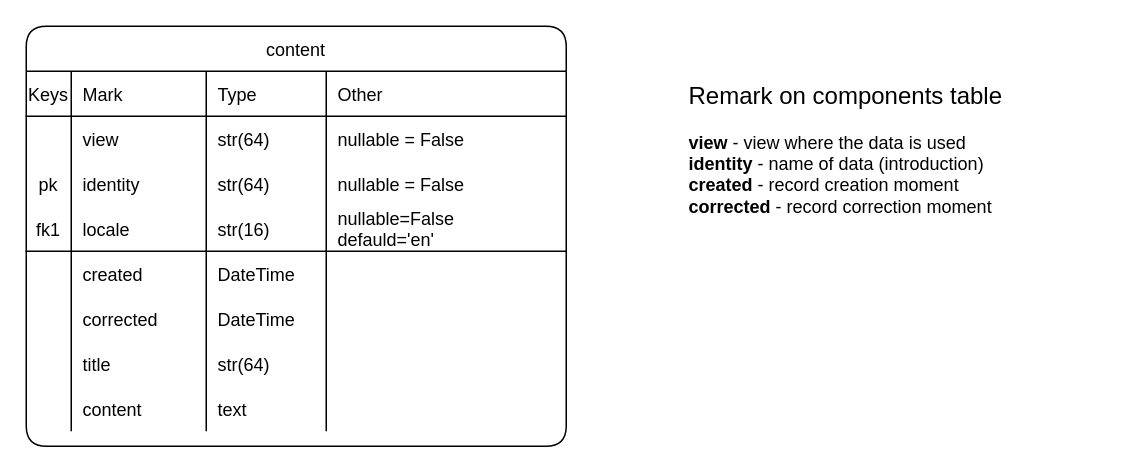
This is page "contents table" (4 of 10) of market-coffee.drawio from Sergey190309/220415-market-caffee, a draw.io file, before an edit. Source tidied: cells renumbered, new cells numbered last; positions are measured from the earlier drawing's top-left corner, leaving out a move shared by most shapes. Both pictures are drawn from the tidied source at 150%, with x=0, y=0 at pixel (26, 26).
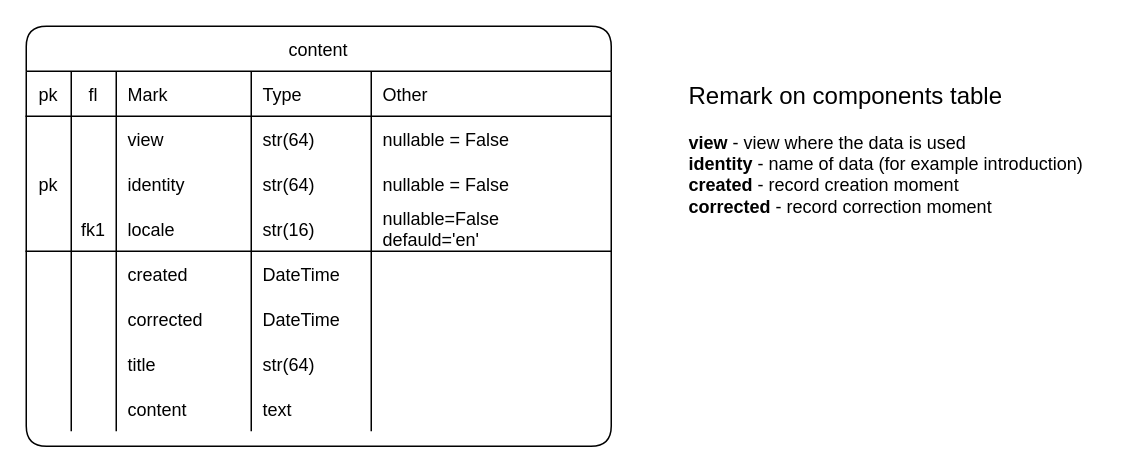
The same page after the edit.

Diff of the diagram source:
```diff
@@
     <mxCell id="2" value="content" style="shape=table;startSize=30;childLayout=tableLayout;rowLines=0;fontStyle=0;align=center;shadow=0;labelBackgroundColor=none;strokeWidth=1;fontColor=#000000;rounded=1;" parent="1" vertex="1">
-      <mxGeometry width="360" height="280" as="geometry" />
+      <mxGeometry width="390" height="280" as="geometry" />
     </mxCell>
     <mxCell id="3" style="shape=partialRectangle;fillColor=none;top=0;left=0;bottom=1;right=0;fontStyle=5;rounded=1;" parent="2" vertex="1">
-      <mxGeometry y="30" width="360" height="30" as="geometry" />
+      <mxGeometry y="30" width="390" height="30" as="geometry" />
     </mxCell>
+    <mxCell id="44" value="pk" style="shape=partialRectangle;fillColor=none;top=0;left=0;bottom=0;right=0;fontStyle=0;overflow=hidden;rounded=1;" parent="3" vertex="1">
+      <mxGeometry width="30" height="30" as="geometry" />
+    </mxCell>
-    <mxCell id="4" value="Keys" style="shape=partialRectangle;fillColor=none;top=0;left=0;bottom=0;right=0;fontStyle=0;overflow=hidden;rounded=1;" parent="3" vertex="1">
-      <mxGeometry width="30" height="30" as="geometry" />
+    <mxCell id="4" value="fl" style="shape=partialRectangle;fillColor=none;top=0;left=0;bottom=0;right=0;fontStyle=0;overflow=hidden;rounded=1;" parent="3" vertex="1">
+      <mxGeometry x="30" width="30" height="30" as="geometry" />
     </mxCell>
     <mxCell id="5" value="Mark" style="shape=partialRectangle;fillColor=none;top=0;left=0;bottom=0;right=0;align=left;spacingLeft=6;fontStyle=0;overflow=hidden;rounded=1;" parent="3" vertex="1">
-      <mxGeometry x="30" width="90" height="30" as="geometry" />
+      <mxGeometry x="60" width="90" height="30" as="geometry" />
     </mxCell>
     <mxCell id="6" value="Type" style="shape=partialRectangle;fillColor=none;top=0;left=0;bottom=0;right=0;align=left;spacingLeft=6;fontStyle=0;overflow=hidden;rounded=1;" parent="3" vertex="1">
-      <mxGeometry x="120" width="80" height="30" as="geometry" />
+      <mxGeometry x="150" width="80" height="30" as="geometry" />
     </mxCell>
     <mxCell id="7" value="Other" style="shape=partialRectangle;fillColor=none;top=0;left=0;bottom=0;right=0;align=left;spacingLeft=6;fontStyle=0;overflow=hidden;rounded=1;" parent="3" vertex="1">
-      <mxGeometry x="200" width="160" height="30" as="geometry" />
+      <mxGeometry x="230" width="160" height="30" as="geometry" />
     </mxCell>
     <mxCell id="8" style="shape=partialRectangle;fillColor=none;top=0;left=0;bottom=0;right=0;fontStyle=5;rounded=1;" parent="2" vertex="1">
-      <mxGeometry y="60" width="360" height="30" as="geometry" />
+      <mxGeometry y="60" width="390" height="30" as="geometry" />
     </mxCell>
+    <mxCell id="45" style="shape=partialRectangle;fillColor=none;top=0;left=0;bottom=0;right=0;fontStyle=0;overflow=hidden;rounded=1;" parent="8" vertex="1">
+      <mxGeometry width="30" height="30" as="geometry" />
+    </mxCell>
     <mxCell id="9" style="shape=partialRectangle;fillColor=none;top=0;left=0;bottom=0;right=0;fontStyle=0;overflow=hidden;rounded=1;" parent="8" vertex="1">
-      <mxGeometry width="30" height="30" as="geometry" />
+      <mxGeometry x="30" width="30" height="30" as="geometry" />
     </mxCell>
     <mxCell id="10" value="view" style="shape=partialRectangle;fillColor=none;top=0;left=0;bottom=0;right=0;align=left;spacingLeft=6;fontStyle=0;overflow=hidden;rounded=1;" parent="8" vertex="1">
-      <mxGeometry x="30" width="90" height="30" as="geometry" />
+      <mxGeometry x="60" width="90" height="30" as="geometry" />
     </mxCell>
     <mxCell id="11" value="str(64)" style="shape=partialRectangle;fillColor=none;top=0;left=0;bottom=0;right=0;align=left;spacingLeft=6;fontStyle=0;overflow=hidden;rounded=1;" parent="8" vertex="1">
-      <mxGeometry x="120" width="80" height="30" as="geometry" />
+      <mxGeometry x="150" width="80" height="30" as="geometry" />
     </mxCell>
     <mxCell id="12" value="nullable = False" style="shape=partialRectangle;fillColor=none;top=0;left=0;bottom=0;right=0;align=left;spacingLeft=6;fontStyle=0;overflow=hidden;rounded=1;" parent="8" vertex="1">
-      <mxGeometry x="200" width="160" height="30" as="geometry" />
+      <mxGeometry x="230" width="160" height="30" as="geometry" />
     </mxCell>
     <mxCell id="13" style="shape=partialRectangle;fillColor=none;top=0;left=0;bottom=0;right=0;fontStyle=5;rounded=1;" parent="2" vertex="1">
-      <mxGeometry y="90" width="360" height="30" as="geometry" />
+      <mxGeometry y="90" width="390" height="30" as="geometry" />
     </mxCell>
+    <mxCell id="46" value="pk" style="shape=partialRectangle;fillColor=none;top=0;left=0;bottom=0;right=0;fontStyle=0;overflow=hidden;rounded=1;" parent="13" vertex="1">
+      <mxGeometry width="30" height="30" as="geometry" />
+    </mxCell>
-    <mxCell id="14" value="pk" style="shape=partialRectangle;fillColor=none;top=0;left=0;bottom=0;right=0;fontStyle=0;overflow=hidden;rounded=1;" parent="13" vertex="1">
-      <mxGeometry width="30" height="30" as="geometry" />
+    <mxCell id="14" style="shape=partialRectangle;fillColor=none;top=0;left=0;bottom=0;right=0;fontStyle=0;overflow=hidden;rounded=1;" parent="13" vertex="1">
+      <mxGeometry x="30" width="30" height="30" as="geometry" />
     </mxCell>
     <mxCell id="15" value="identity" style="shape=partialRectangle;fillColor=none;top=0;left=0;bottom=0;right=0;align=left;spacingLeft=6;fontStyle=0;overflow=hidden;rounded=1;" parent="13" vertex="1">
-      <mxGeometry x="30" width="90" height="30" as="geometry" />
+      <mxGeometry x="60" width="90" height="30" as="geometry" />
     </mxCell>
     <mxCell id="16" value="str(64)" style="shape=partialRectangle;fillColor=none;top=0;left=0;bottom=0;right=0;align=left;spacingLeft=6;fontStyle=0;overflow=hidden;rounded=1;" parent="13" vertex="1">
-      <mxGeometry x="120" width="80" height="30" as="geometry" />
+      <mxGeometry x="150" width="80" height="30" as="geometry" />
     </mxCell>
     <mxCell id="17" value="nullable = False" style="shape=partialRectangle;fillColor=none;top=0;left=0;bottom=0;right=0;align=left;spacingLeft=6;fontStyle=0;overflow=hidden;rounded=1;" parent="13" vertex="1">
-      <mxGeometry x="200" width="160" height="30" as="geometry" />
+      <mxGeometry x="230" width="160" height="30" as="geometry" />
     </mxCell>
     <mxCell id="18" style="shape=partialRectangle;fillColor=none;top=0;left=0;bottom=1;right=0;fontStyle=5;rounded=1;" parent="2" vertex="1">
-      <mxGeometry y="120" width="360" height="30" as="geometry" />
+      <mxGeometry y="120" width="390" height="30" as="geometry" />
     </mxCell>
+    <mxCell id="47" style="shape=partialRectangle;fillColor=none;top=0;left=0;bottom=0;right=0;fontStyle=0;overflow=hidden;rounded=1;" parent="18" vertex="1">
+      <mxGeometry width="30" height="30" as="geometry" />
+    </mxCell>
     <mxCell id="19" value="fk1" style="shape=partialRectangle;fillColor=none;top=0;left=0;bottom=0;right=0;fontStyle=0;overflow=hidden;rounded=1;" parent="18" vertex="1">
-      <mxGeometry width="30" height="30" as="geometry" />
+      <mxGeometry x="30" width="30" height="30" as="geometry" />
     </mxCell>
     <mxCell id="20" value="locale" style="shape=partialRectangle;fillColor=none;top=0;left=0;bottom=0;right=0;align=left;spacingLeft=6;fontStyle=0;overflow=hidden;rounded=1;" parent="18" vertex="1">
-      <mxGeometry x="30" width="90" height="30" as="geometry" />
+      <mxGeometry x="60" width="90" height="30" as="geometry" />
     </mxCell>
     <mxCell id="21" value="str(16)" style="shape=partialRectangle;fillColor=none;top=0;left=0;bottom=0;right=0;align=left;spacingLeft=6;fontStyle=0;overflow=hidden;rounded=1;" parent="18" vertex="1">
-      <mxGeometry x="120" width="80" height="30" as="geometry" />
+      <mxGeometry x="150" width="80" height="30" as="geometry" />
     </mxCell>
     <mxCell id="22" value="nullable=False&#10;defauld='en'" style="shape=partialRectangle;fillColor=none;top=0;left=0;bottom=0;right=0;align=left;spacingLeft=6;fontStyle=0;overflow=hidden;rounded=1;" parent="18" vertex="1">
-      <mxGeometry x="200" width="160" height="30" as="geometry" />
+      <mxGeometry x="230" width="160" height="30" as="geometry" />
     </mxCell>
     <mxCell id="23" style="shape=partialRectangle;fillColor=none;top=0;left=0;bottom=0;right=0;rounded=1;" parent="2" vertex="1">
-      <mxGeometry y="150" width="360" height="30" as="geometry" />
+      <mxGeometry y="150" width="390" height="30" as="geometry" />
     </mxCell>
+    <mxCell id="48" style="shape=partialRectangle;fillColor=none;top=0;left=0;bottom=0;right=0;overflow=hidden;rounded=1;" parent="23" vertex="1">
+      <mxGeometry width="30" height="30" as="geometry" />
+    </mxCell>
     <mxCell id="24" style="shape=partialRectangle;fillColor=none;top=0;left=0;bottom=0;right=0;overflow=hidden;rounded=1;" parent="23" vertex="1">
-      <mxGeometry width="30" height="30" as="geometry" />
+      <mxGeometry x="30" width="30" height="30" as="geometry" />
     </mxCell>
     <mxCell id="25" value="created" style="shape=partialRectangle;fillColor=none;top=0;left=0;bottom=0;right=0;align=left;spacingLeft=6;overflow=hidden;rounded=1;" parent="23" vertex="1">
-      <mxGeometry x="30" width="90" height="30" as="geometry" />
+      <mxGeometry x="60" width="90" height="30" as="geometry" />
     </mxCell>
     <mxCell id="26" value="DateTime" style="shape=partialRectangle;fillColor=none;top=0;left=0;bottom=0;right=0;align=left;spacingLeft=6;overflow=hidden;rounded=1;" parent="23" vertex="1">
-      <mxGeometry x="120" width="80" height="30" as="geometry" />
+      <mxGeometry x="150" width="80" height="30" as="geometry" />
     </mxCell>
     <mxCell id="27" style="shape=partialRectangle;fillColor=none;top=0;left=0;bottom=0;right=0;align=left;spacingLeft=6;overflow=hidden;rounded=1;" parent="23" vertex="1">
-      <mxGeometry x="200" width="160" height="30" as="geometry" />
+      <mxGeometry x="230" width="160" height="30" as="geometry" />
     </mxCell>
     <mxCell id="28" style="shape=partialRectangle;fillColor=none;top=0;left=0;bottom=0;right=0;rounded=1;" parent="2" vertex="1">
-      <mxGeometry y="180" width="360" height="30" as="geometry" />
+      <mxGeometry y="180" width="390" height="30" as="geometry" />
     </mxCell>
+    <mxCell id="49" style="shape=partialRectangle;fillColor=none;top=0;left=0;bottom=0;right=0;overflow=hidden;rounded=1;" parent="28" vertex="1">
+      <mxGeometry width="30" height="30" as="geometry" />
+    </mxCell>
     <mxCell id="29" style="shape=partialRectangle;fillColor=none;top=0;left=0;bottom=0;right=0;overflow=hidden;rounded=1;" parent="28" vertex="1">
-      <mxGeometry width="30" height="30" as="geometry" />
+      <mxGeometry x="30" width="30" height="30" as="geometry" />
     </mxCell>
     <mxCell id="30" value="corrected" style="shape=partialRectangle;fillColor=none;top=0;left=0;bottom=0;right=0;align=left;spacingLeft=6;overflow=hidden;rounded=1;" parent="28" vertex="1">
-      <mxGeometry x="30" width="90" height="30" as="geometry" />
+      <mxGeometry x="60" width="90" height="30" as="geometry" />
     </mxCell>
     <mxCell id="31" value="DateTime" style="shape=partialRectangle;fillColor=none;top=0;left=0;bottom=0;right=0;align=left;spacingLeft=6;overflow=hidden;rounded=1;" parent="28" vertex="1">
-      <mxGeometry x="120" width="80" height="30" as="geometry" />
+      <mxGeometry x="150" width="80" height="30" as="geometry" />
     </mxCell>
     <mxCell id="32" style="shape=partialRectangle;fillColor=none;top=0;left=0;bottom=0;right=0;align=left;spacingLeft=6;overflow=hidden;rounded=1;" parent="28" vertex="1">
-      <mxGeometry x="200" width="160" height="30" as="geometry" />
+      <mxGeometry x="230" width="160" height="30" as="geometry" />
     </mxCell>
     <mxCell id="33" style="shape=partialRectangle;fillColor=none;top=0;left=0;bottom=0;right=0;rounded=1;" parent="2" vertex="1">
-      <mxGeometry y="210" width="360" height="30" as="geometry" />
+      <mxGeometry y="210" width="390" height="30" as="geometry" />
     </mxCell>
+    <mxCell id="50" style="shape=partialRectangle;fillColor=none;top=0;left=0;bottom=0;right=0;overflow=hidden;rounded=1;" parent="33" vertex="1">
+      <mxGeometry width="30" height="30" as="geometry" />
+    </mxCell>
     <mxCell id="34" style="shape=partialRectangle;fillColor=none;top=0;left=0;bottom=0;right=0;overflow=hidden;rounded=1;" parent="33" vertex="1">
-      <mxGeometry width="30" height="30" as="geometry" />
+      <mxGeometry x="30" width="30" height="30" as="geometry" />
     </mxCell>
     <mxCell id="35" value="title" style="shape=partialRectangle;fillColor=none;top=0;left=0;bottom=0;right=0;align=left;spacingLeft=6;overflow=hidden;rounded=1;" parent="33" vertex="1">
-      <mxGeometry x="30" width="90" height="30" as="geometry" />
+      <mxGeometry x="60" width="90" height="30" as="geometry" />
     </mxCell>
     <mxCell id="36" value="str(64)" style="shape=partialRectangle;fillColor=none;top=0;left=0;bottom=0;right=0;align=left;spacingLeft=6;overflow=hidden;rounded=1;" parent="33" vertex="1">
-      <mxGeometry x="120" width="80" height="30" as="geometry" />
+      <mxGeometry x="150" width="80" height="30" as="geometry" />
     </mxCell>
     <mxCell id="37" style="shape=partialRectangle;fillColor=none;top=0;left=0;bottom=0;right=0;align=left;spacingLeft=6;overflow=hidden;rounded=1;" parent="33" vertex="1">
-      <mxGeometry x="200" width="160" height="30" as="geometry" />
+      <mxGeometry x="230" width="160" height="30" as="geometry" />
     </mxCell>
     <mxCell id="38" style="shape=partialRectangle;fillColor=none;top=0;left=0;bottom=0;right=0;rounded=1;" parent="2" vertex="1">
-      <mxGeometry y="240" width="360" height="30" as="geometry" />
+      <mxGeometry y="240" width="390" height="30" as="geometry" />
     </mxCell>
+    <mxCell id="51" style="shape=partialRectangle;fillColor=none;top=0;left=0;bottom=0;right=0;overflow=hidden;rounded=1;" parent="38" vertex="1">
+      <mxGeometry width="30" height="30" as="geometry" />
+    </mxCell>
     <mxCell id="39" style="shape=partialRectangle;fillColor=none;top=0;left=0;bottom=0;right=0;overflow=hidden;rounded=1;" parent="38" vertex="1">
-      <mxGeometry width="30" height="30" as="geometry" />
+      <mxGeometry x="30" width="30" height="30" as="geometry" />
     </mxCell>
     <mxCell id="40" value="content" style="shape=partialRectangle;fillColor=none;top=0;left=0;bottom=0;right=0;align=left;spacingLeft=6;overflow=hidden;rounded=1;" parent="38" vertex="1">
-      <mxGeometry x="30" width="90" height="30" as="geometry" />
+      <mxGeometry x="60" width="90" height="30" as="geometry" />
     </mxCell>
     <mxCell id="41" value="text" style="shape=partialRectangle;fillColor=none;top=0;left=0;bottom=0;right=0;align=left;spacingLeft=6;overflow=hidden;rounded=1;" parent="38" vertex="1">
-      <mxGeometry x="120" width="80" height="30" as="geometry" />
+      <mxGeometry x="150" width="80" height="30" as="geometry" />
     </mxCell>
     <mxCell id="42" style="shape=partialRectangle;fillColor=none;top=0;left=0;bottom=0;right=0;align=left;spacingLeft=6;overflow=hidden;rounded=1;" parent="38" vertex="1">
-      <mxGeometry x="200" width="160" height="30" as="geometry" />
+      <mxGeometry x="230" width="160" height="30" as="geometry" />
     </mxCell>
+    <mxCell id="52" parent="0" />
-    <mxCell id="43" value="&lt;font style=&quot;font-size: 16px&quot;&gt;Remark on&amp;nbsp;&lt;span style=&quot;text-align: center&quot;&gt;components&lt;/span&gt;&amp;nbsp;table&lt;/font&gt;&lt;br&gt;&lt;font style=&quot;font-size: 12px&quot;&gt;&lt;br&gt;&lt;b&gt;view &lt;/b&gt;- view where the data is used&lt;br&gt;&lt;b&gt;identity&lt;/b&gt; - name of data (introduction)&lt;br&gt;&lt;b&gt;created&lt;/b&gt;&amp;nbsp;- record creation moment&lt;br&gt;&lt;b&gt;corrected&lt;/b&gt; - record correction moment&lt;br&gt;&lt;br&gt;&lt;/font&gt;" style="text;html=1;strokeColor=none;fillColor=none;align=left;verticalAlign=top;whiteSpace=wrap;overflow=hidden;fontSize=12;spacingTop=0;" parent="1" vertex="1">
+    <mxCell id="43" value="&lt;font style=&quot;font-size: 16px&quot;&gt;Remark on&amp;nbsp;&lt;span style=&quot;text-align: center&quot;&gt;components&lt;/span&gt;&amp;nbsp;table&lt;/font&gt;&lt;br&gt;&lt;font style=&quot;font-size: 12px&quot;&gt;&lt;br&gt;&lt;b&gt;view &lt;/b&gt;- view where the data is used&lt;br&gt;&lt;b&gt;identity&lt;/b&gt; - name of data (for example introduction)&lt;br&gt;&lt;b&gt;created&lt;/b&gt;&amp;nbsp;- record creation moment&lt;br&gt;&lt;b&gt;corrected&lt;/b&gt; - record correction moment&lt;br&gt;&lt;br&gt;&lt;/font&gt;" style="text;html=1;strokeColor=none;fillColor=none;align=left;verticalAlign=top;whiteSpace=wrap;overflow=hidden;fontSize=12;spacingTop=0;" parent="52" vertex="1">
       <mxGeometry x="440" y="30" width="290" height="140" as="geometry" />
     </mxCell>
```
